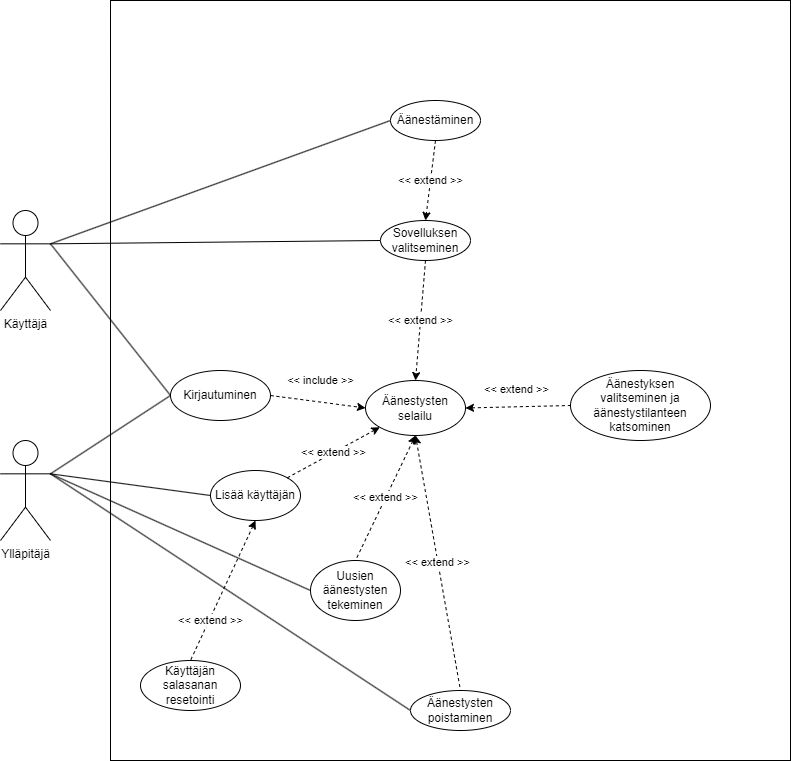
Above: 662Use_Case.drawio.png in juhr01/662UseCase (draw.io), before the change. Source tidied: cells renumbered, new cells last; positions are measured from the earlier drawing's top-left corner, leaving out a move shared by most shapes.
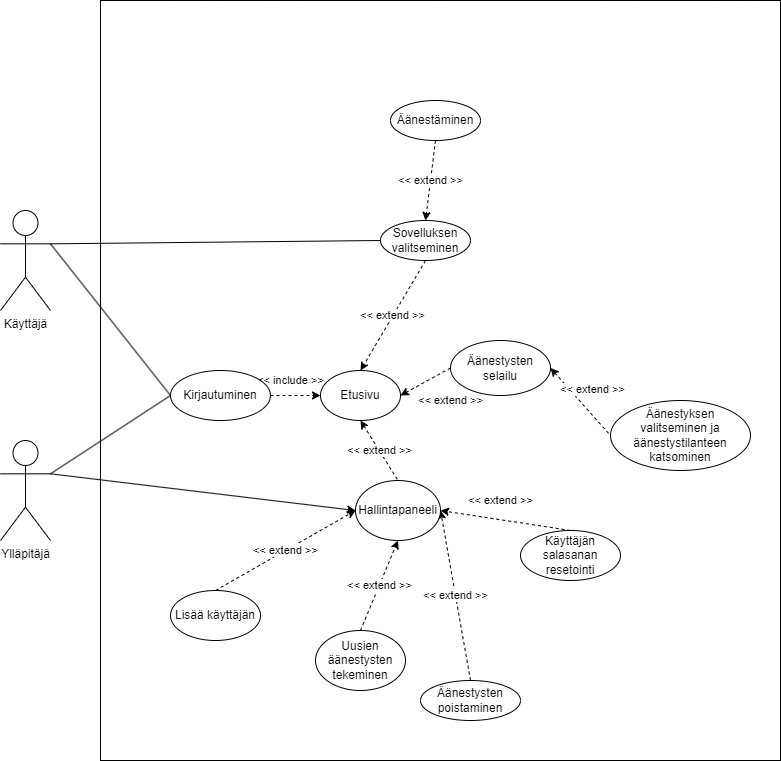
After the commit.

Diff of the diagram source:
```diff
@@ -3,7 +3,7 @@
     <mxCell id="0" />
     <mxCell id="1" parent="0" />
     <mxCell id="2" style="rounded=0;whiteSpace=wrap;html=1;" parent="1" vertex="1">
-      <mxGeometry x="110" width="680" height="760" as="geometry" />
+      <mxGeometry x="100" width="680" height="760" as="geometry" />
     </mxCell>
     <mxCell id="3" style="rounded=0;jettySize=auto;html=1;exitX=1;exitY=0.3333333333333333;exitDx=0;exitDy=0;exitPerimeter=0;entryX=0;entryY=0.5;entryDx=0;entryDy=0;endArrow=none;endFill=0;" parent="1" edge="1" source="6" target="15">
       <mxGeometry relative="1" as="geometry" />
@@ -11,63 +11,53 @@
     <mxCell id="4" style="edgeStyle=none;rounded=0;jettySize=auto;html=1;exitX=1;exitY=0.3333333333333333;exitDx=0;exitDy=0;exitPerimeter=0;entryX=0;entryY=0.5;entryDx=0;entryDy=0;endArrow=none;endFill=0;" parent="1" edge="1" source="6" target="24">
       <mxGeometry relative="1" as="geometry" />
     </mxCell>
-    <mxCell id="5" style="edgeStyle=none;rounded=0;jettySize=auto;html=1;exitX=1;exitY=0.3333333333333333;exitDx=0;exitDy=0;exitPerimeter=0;entryX=0;entryY=0.5;entryDx=0;entryDy=0;endArrow=none;endFill=0;" parent="1" edge="1" source="6" target="26">
-      <mxGeometry relative="1" as="geometry" />
-    </mxCell>
     <mxCell id="6" value="Käyttäjä" style="shape=umlActor;verticalLabelPosition=bottom;verticalAlign=top;html=1;outlineConnect=0;" parent="1" vertex="1">
       <mxGeometry y="210" width="50" height="100" as="geometry" />
     </mxCell>
     <mxCell id="7" style="edgeStyle=none;rounded=0;jettySize=auto;html=1;exitX=1;exitY=0.3333333333333333;exitDx=0;exitDy=0;exitPerimeter=0;entryX=0;entryY=0.5;entryDx=0;entryDy=0;endArrow=none;endFill=0;" parent="1" edge="1" source="11" target="15">
       <mxGeometry relative="1" as="geometry" />
     </mxCell>
-    <mxCell id="8" style="edgeStyle=none;rounded=0;jettySize=auto;html=1;exitX=1;exitY=0.3333333333333333;exitDx=0;exitDy=0;exitPerimeter=0;entryX=0;entryY=0.5;entryDx=0;entryDy=0;endArrow=none;endFill=0;" parent="1" edge="1" source="11" target="27">
-      <mxGeometry relative="1" as="geometry" />
-    </mxCell>
-    <mxCell id="9" style="edgeStyle=none;rounded=0;jettySize=auto;html=1;exitX=1;exitY=0.3333333333333333;exitDx=0;exitDy=0;exitPerimeter=0;entryX=0;entryY=0.5;entryDx=0;entryDy=0;endArrow=none;endFill=0;" parent="1" edge="1" source="11" target="16">
-      <mxGeometry relative="1" as="geometry" />
-    </mxCell>
-    <mxCell id="10" style="edgeStyle=none;rounded=0;jettySize=auto;html=1;exitX=1;exitY=0.3333333333333333;exitDx=0;exitDy=0;exitPerimeter=0;entryX=0;entryY=0.5;entryDx=0;entryDy=0;endArrow=none;endFill=0;" parent="1" edge="1" source="11" target="13">
-      <mxGeometry relative="1" as="geometry" />
-    </mxCell>
+    <mxCell id="29" style="edgeStyle=none;rounded=0;jettySize=auto;html=1;exitX=1;exitY=0.3333333333333333;exitDx=0;exitDy=0;exitPerimeter=0;entryX=0;entryY=0.5;entryDx=0;entryDy=0;startArrow=none;startFill=0;endArrow=classic;endFill=1;" parent="1" edge="1" source="11" target="37">
+      <mxGeometry relative="1" as="geometry" />
+    </mxCell>
     <mxCell id="11" value="Ylläpitäjä" style="shape=umlActor;verticalLabelPosition=bottom;verticalAlign=top;html=1;outlineConnect=0;" parent="1" vertex="1">
       <mxGeometry y="440" width="50" height="100" as="geometry" />
     </mxCell>
-    <mxCell id="12" value="&amp;lt;&amp;lt; extend &amp;gt;&amp;gt;" style="edgeStyle=none;rounded=0;jettySize=auto;html=1;exitX=0.5;exitY=1;exitDx=0;exitDy=0;entryX=0.5;entryY=0;entryDx=0;entryDy=0;dashed=1;startArrow=classic;startFill=1;endArrow=none;endFill=0;" parent="1" edge="1" source="13" target="28">
-      <mxGeometry x="0.42" y="1" relative="1" as="geometry" />
-    </mxCell>
+    <mxCell id="30" value="&amp;lt;&amp;lt; extend &amp;gt;&amp;gt;" style="edgeStyle=none;rounded=0;jettySize=auto;html=1;exitX=0.5;exitY=0;exitDx=0;exitDy=0;entryX=0;entryY=0.5;entryDx=0;entryDy=0;dashed=1;startArrow=none;startFill=0;endArrow=classic;endFill=1;" parent="1" edge="1" source="13" target="37">
+      <mxGeometry relative="1" as="geometry" />
+    </mxCell>
     <mxCell id="13" value="Lisää käyttäjän" style="ellipse;whiteSpace=wrap;html=1;" parent="1" vertex="1">
-      <mxGeometry x="210" y="470" width="90" height="50" as="geometry" />
+      <mxGeometry x="170" y="590" width="90" height="50" as="geometry" />
     </mxCell>
-    <mxCell id="14" value="&amp;lt;&amp;lt; include &amp;gt;&amp;gt;" style="edgeStyle=none;rounded=0;jettySize=auto;html=1;exitX=1;exitY=0.5;exitDx=0;exitDy=0;entryX=0;entryY=0.5;entryDx=0;entryDy=0;dashed=1;startArrow=none;startFill=0;endArrow=classic;endFill=1;" parent="1" edge="1" source="15" target="21">
-      <mxGeometry x="-0.01" y="21" relative="1" as="geometry" />
+    <mxCell id="14" value="&amp;lt;&amp;lt; include &amp;gt;&amp;gt;" style="edgeStyle=none;rounded=0;jettySize=auto;html=1;exitX=1;exitY=0.5;exitDx=0;exitDy=0;entryX=0;entryY=0.5;entryDx=0;entryDy=0;dashed=1;startArrow=none;startFill=0;endArrow=classic;endFill=1;" parent="1" edge="1" source="15" target="36">
+      <mxGeometry x="-0.2" y="15" relative="1" as="geometry" />
     </mxCell>
     <mxCell id="15" value="Kirjautuminen" style="ellipse;whiteSpace=wrap;html=1;" parent="1" vertex="1">
       <mxGeometry x="170" y="370" width="100" height="50" as="geometry" />
     </mxCell>
+    <mxCell id="31" value="&amp;lt;&amp;lt; extend &amp;gt;&amp;gt;" style="edgeStyle=none;rounded=0;jettySize=auto;html=1;exitX=0.5;exitY=0;exitDx=0;exitDy=0;entryX=0.5;entryY=1;entryDx=0;entryDy=0;dashed=1;startArrow=none;startFill=0;endArrow=classic;endFill=1;" parent="1" edge="1" source="16" target="37">
+      <mxGeometry relative="1" as="geometry" />
+    </mxCell>
     <mxCell id="16" value="Uusien äänestysten tekeminen" style="ellipse;whiteSpace=wrap;html=1;" parent="1" vertex="1">
-      <mxGeometry x="310" y="560" width="90" height="60" as="geometry" />
+      <mxGeometry x="315" y="630" width="90" height="60" as="geometry" />
     </mxCell>
-    <mxCell id="17" value="&amp;lt;&amp;lt; extend &amp;gt;&amp;gt;" style="edgeStyle=none;rounded=0;jettySize=auto;html=1;exitX=0.5;exitY=1;exitDx=0;exitDy=0;entryX=0.5;entryY=0;entryDx=0;entryDy=0;endArrow=none;endFill=0;dashed=1;startArrow=classic;startFill=1;" parent="1" edge="1" source="21" target="16">
-      <mxGeometry relative="1" as="geometry" />
-    </mxCell>
-    <mxCell id="18" value="&amp;lt;&amp;lt; extend &amp;gt;&amp;gt;" style="edgeStyle=none;rounded=0;jettySize=auto;html=1;exitX=0.5;exitY=1;exitDx=0;exitDy=0;entryX=0.5;entryY=0;entryDx=0;entryDy=0;endArrow=none;endFill=0;dashed=1;startArrow=classic;startFill=1;" parent="1" edge="1" source="21" target="27">
-      <mxGeometry relative="1" as="geometry" />
-    </mxCell>
     <mxCell id="19" value="&amp;lt;&amp;lt; extend &amp;gt;&amp;gt;" style="edgeStyle=none;rounded=0;jettySize=auto;html=1;exitX=1;exitY=0.5;exitDx=0;exitDy=0;entryX=0;entryY=0.5;entryDx=0;entryDy=0;dashed=1;startArrow=classic;startFill=1;endArrow=none;endFill=0;" parent="1" edge="1" source="21" target="22">
       <mxGeometry x="-0.04" y="18" relative="1" as="geometry">
         <mxPoint y="1" as="offset" />
       </mxGeometry>
     </mxCell>
-    <mxCell id="20" value="&amp;lt;&amp;lt; extend &amp;gt;&amp;gt;" style="edgeStyle=none;rounded=0;jettySize=auto;html=1;exitX=0;exitY=1;exitDx=0;exitDy=0;entryX=1;entryY=0;entryDx=0;entryDy=0;dashed=1;startArrow=classic;startFill=1;endArrow=none;endFill=0;" parent="1" edge="1" source="21" target="13">
-      <mxGeometry relative="1" as="geometry" />
-    </mxCell>
+    <mxCell id="32" value="&amp;lt;&amp;lt; extend &amp;gt;&amp;gt;" style="edgeStyle=none;rounded=0;jettySize=auto;html=1;exitX=0;exitY=0.5;exitDx=0;exitDy=0;entryX=1;entryY=0.5;entryDx=0;entryDy=0;dashed=1;startArrow=none;startFill=0;endArrow=classic;endFill=1;" parent="1" edge="1" source="21" target="36">
+      <mxGeometry x="-0.45" y="28" relative="1" as="geometry">
+        <mxPoint x="1" as="offset" />
+      </mxGeometry>
+    </mxCell>
     <mxCell id="21" value="Äänestysten selailu" style="ellipse;whiteSpace=wrap;html=1;" parent="1" vertex="1">
-      <mxGeometry x="365" y="380" width="100" height="55" as="geometry" />
+      <mxGeometry x="450" y="340" width="100" height="55" as="geometry" />
     </mxCell>
     <mxCell id="22" value="Äänestyksen valitseminen ja äänestystilanteen katsominen" style="ellipse;whiteSpace=wrap;html=1;" parent="1" vertex="1">
-      <mxGeometry x="570" y="370" width="140" height="70" as="geometry" />
+      <mxGeometry x="610" y="400" width="140" height="70" as="geometry" />
     </mxCell>
-    <mxCell id="23" value="&amp;lt;&amp;lt; extend &amp;gt;&amp;gt;" style="edgeStyle=none;rounded=0;jettySize=auto;html=1;exitX=0.5;exitY=1;exitDx=0;exitDy=0;entryX=0.5;entryY=0;entryDx=0;entryDy=0;dashed=1;startArrow=none;startFill=0;endArrow=classic;endFill=1;" parent="1" edge="1" source="24" target="21">
+    <mxCell id="23" value="&amp;lt;&amp;lt; extend &amp;gt;&amp;gt;" style="edgeStyle=none;rounded=0;jettySize=auto;html=1;exitX=0.5;exitY=1;exitDx=0;exitDy=0;entryX=0.5;entryY=0;entryDx=0;entryDy=0;dashed=1;startArrow=none;startFill=0;endArrow=classic;endFill=1;" parent="1" edge="1" source="24" target="36">
       <mxGeometry relative="1" as="geometry" />
     </mxCell>
     <mxCell id="24" value="Sovelluksen valitseminen" style="ellipse;whiteSpace=wrap;html=1;" parent="1" vertex="1">
@@ -79,11 +69,26 @@
     <mxCell id="26" value="Äänestäminen" style="ellipse;whiteSpace=wrap;html=1;" parent="1" vertex="1">
       <mxGeometry x="390" y="100" width="90" height="40" as="geometry" />
     </mxCell>
+    <mxCell id="33" value="&amp;lt;&amp;lt; extend &amp;gt;&amp;gt;" style="edgeStyle=none;rounded=0;jettySize=auto;html=1;exitX=0.5;exitY=0;exitDx=0;exitDy=0;entryX=1;entryY=0.5;entryDx=0;entryDy=0;dashed=1;startArrow=none;startFill=0;endArrow=classic;endFill=1;" parent="1" edge="1" source="27" target="37">
+      <mxGeometry relative="1" as="geometry" />
+    </mxCell>
     <mxCell id="27" value="Äänestysten poistaminen" style="ellipse;whiteSpace=wrap;html=1;" parent="1" vertex="1">
-      <mxGeometry x="410" y="690" width="100" height="40" as="geometry" />
+      <mxGeometry x="420" y="680" width="100" height="40" as="geometry" />
     </mxCell>
+    <mxCell id="34" value="&amp;lt;&amp;lt; extend &amp;gt;&amp;gt;" style="edgeStyle=none;rounded=0;jettySize=auto;html=1;exitX=0.5;exitY=0;exitDx=0;exitDy=0;entryX=1;entryY=0.5;entryDx=0;entryDy=0;dashed=1;startArrow=none;startFill=0;endArrow=classic;endFill=1;" parent="1" edge="1" source="28" target="37">
+      <mxGeometry x="0.12" y="-19" relative="1" as="geometry" />
+    </mxCell>
     <mxCell id="28" value="Käyttäjän salasanan resetointi" style="ellipse;whiteSpace=wrap;html=1;" parent="1" vertex="1">
-      <mxGeometry x="140" y="660" width="100" height="50" as="geometry" />
+      <mxGeometry x="520" y="530" width="100" height="50" as="geometry" />
     </mxCell>
+    <mxCell id="35" value="&amp;lt;&amp;lt; extend &amp;gt;&amp;gt;" style="edgeStyle=none;rounded=0;jettySize=auto;html=1;exitX=0.5;exitY=1;exitDx=0;exitDy=0;entryX=0.5;entryY=0;entryDx=0;entryDy=0;startArrow=classic;startFill=1;endArrow=none;endFill=0;dashed=1;" parent="1" edge="1" source="36" target="37">
+      <mxGeometry relative="1" as="geometry" />
+    </mxCell>
+    <mxCell id="36" value="Etusivu" style="ellipse;whiteSpace=wrap;html=1;" parent="1" vertex="1">
+      <mxGeometry x="320" y="370" width="80" height="50" as="geometry" />
+    </mxCell>
+    <mxCell id="37" value="Hallintapaneeli" style="ellipse;whiteSpace=wrap;html=1;" parent="1" vertex="1">
+      <mxGeometry x="355" y="480" width="85" height="60" as="geometry" />
+    </mxCell>
   </root>
 </mxGraphModel>
```
